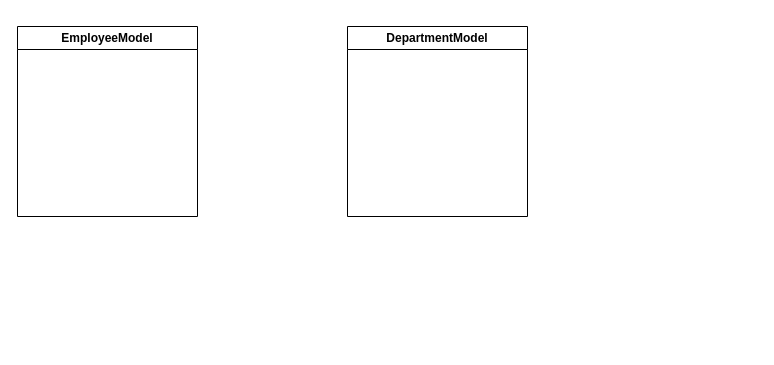
This is src/Untitled Diagram.drawio from iyage/employee-management-api, a draw.io file, before an edit. Source tidied: cells renumbered, new cells numbered last; positions are measured from the earlier drawing's top-left corner, leaving out a move shared by most shapes. Both pictures are drawn from the tidied source at 100%, with x=0, y=0 at pixel (17, 26).
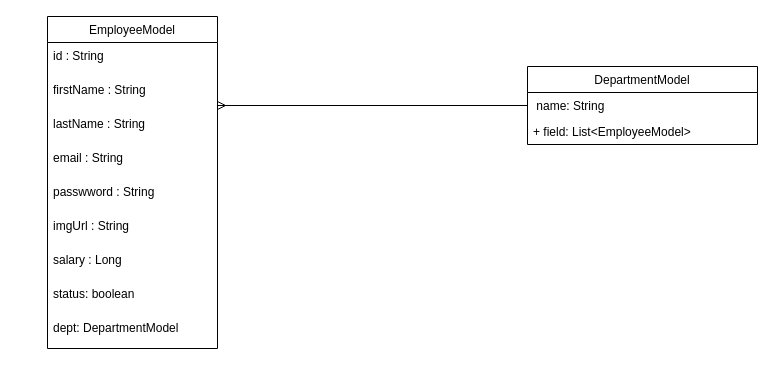
The same page after the edit.

Commit message:
add field to components Diagram.drawio

Change to the diagram source:
```diff
@@
 <mxGraphModel>
   <root>
     <mxCell id="0" />
     <mxCell id="1" parent="0" />
-    <mxCell id="2" value="EmployeeModel" style="swimlane;whiteSpace=wrap;html=1;" parent="1" vertex="1">
-      <mxGeometry width="180" height="190" as="geometry" />
+    <mxCell id="2" value="EmployeeModel" style="swimlane;fontStyle=0;horizontal=1;startSize=26;fillColor=none;" parent="1" vertex="1">
+      <mxGeometry x="30" y="-10" width="170" height="332" as="geometry" />
     </mxCell>
+    <mxCell id="4" value="id : String&#10;" style="text;strokeColor=none;fillColor=none;align=left;verticalAlign=top;spacingLeft=4;spacingRight=4;overflow=hidden;" parent="2" vertex="1">
+      <mxGeometry y="26" width="170" height="34" as="geometry" />
+    </mxCell>
+    <mxCell id="5" value="firstName : String&#10;" style="text;strokeColor=none;fillColor=none;align=left;verticalAlign=top;spacingLeft=4;spacingRight=4;overflow=hidden;" parent="2" vertex="1">
+      <mxGeometry y="60" width="170" height="34" as="geometry" />
+    </mxCell>
+    <mxCell id="6" value="lastName : String&#10;" style="text;strokeColor=none;fillColor=none;align=left;verticalAlign=top;spacingLeft=4;spacingRight=4;overflow=hidden;" parent="2" vertex="1">
+      <mxGeometry y="94" width="170" height="34" as="geometry" />
+    </mxCell>
+    <mxCell id="7" value="email : String&#10;" style="text;strokeColor=none;fillColor=none;align=left;verticalAlign=top;spacingLeft=4;spacingRight=4;overflow=hidden;" parent="2" vertex="1">
+      <mxGeometry y="128" width="170" height="34" as="geometry" />
+    </mxCell>
+    <mxCell id="8" value="passwword : String&#10;" style="text;strokeColor=none;fillColor=none;align=left;verticalAlign=top;spacingLeft=4;spacingRight=4;overflow=hidden;" parent="2" vertex="1">
+      <mxGeometry y="162" width="170" height="34" as="geometry" />
+    </mxCell>
+    <mxCell id="9" value="imgUrl : String&#10;" style="text;strokeColor=none;fillColor=none;align=left;verticalAlign=top;spacingLeft=4;spacingRight=4;overflow=hidden;" parent="2" vertex="1">
+      <mxGeometry y="196" width="170" height="34" as="geometry" />
+    </mxCell>
+    <mxCell id="10" value="salary : Long&#10;" style="text;strokeColor=none;fillColor=none;align=left;verticalAlign=top;spacingLeft=4;spacingRight=4;overflow=hidden;" parent="2" vertex="1">
+      <mxGeometry y="230" width="170" height="34" as="geometry" />
+    </mxCell>
+    <mxCell id="11" value="status: boolean&#10;" style="text;strokeColor=none;fillColor=none;align=left;verticalAlign=top;spacingLeft=4;spacingRight=4;overflow=hidden;" parent="2" vertex="1">
+      <mxGeometry y="264" width="170" height="34" as="geometry" />
+    </mxCell>
+    <mxCell id="12" value="dept: DepartmentModel&#10;" style="text;strokeColor=none;fillColor=none;align=left;verticalAlign=top;spacingLeft=4;spacingRight=4;overflow=hidden;" parent="2" vertex="1">
+      <mxGeometry y="298" width="170" height="34" as="geometry" />
+    </mxCell>
-    <mxCell id="3" value="DepartmentModel" style="swimlane;whiteSpace=wrap;html=1;" parent="1" vertex="1">
-      <mxGeometry x="330" width="180" height="190" as="geometry" />
+    <mxCell id="3" value="DepartmentModel" style="swimlane;fontStyle=0;horizontal=1;startSize=26;fillColor=none;" parent="1" vertex="1">
+      <mxGeometry x="510" y="40" width="230" height="78" as="geometry" />
     </mxCell>
+    <mxCell id="13" value=" name: String" style="text;strokeColor=none;fillColor=none;align=left;verticalAlign=top;spacingLeft=4;spacingRight=4;overflow=hidden;points=[[0,0.5],[1,0.5]];portConstraint=eastwest;" parent="3" vertex="1">
+      <mxGeometry y="26" width="230" height="26" as="geometry" />
+    </mxCell>
+    <mxCell id="14" value="+ field: List&lt;EmployeeModel&gt;" style="text;strokeColor=none;fillColor=none;align=left;verticalAlign=top;spacingLeft=4;spacingRight=4;overflow=hidden;" parent="3" vertex="1">
+      <mxGeometry y="52" width="230" height="26" as="geometry" />
+    </mxCell>
+    <mxCell id="15" style="endArrow=none;html=1;rounded=0;entryX=0;entryY=0.5;entryDx=0;entryDy=0;startArrow=ERmany;startFill=0;strokeWidth=1;" parent="1" edge="1" target="13">
+      <mxGeometry relative="1" as="geometry">
+        <mxPoint x="200" y="79" as="sourcePoint" />
+      </mxGeometry>
+    </mxCell>
   </root>
 </mxGraphModel>
```
